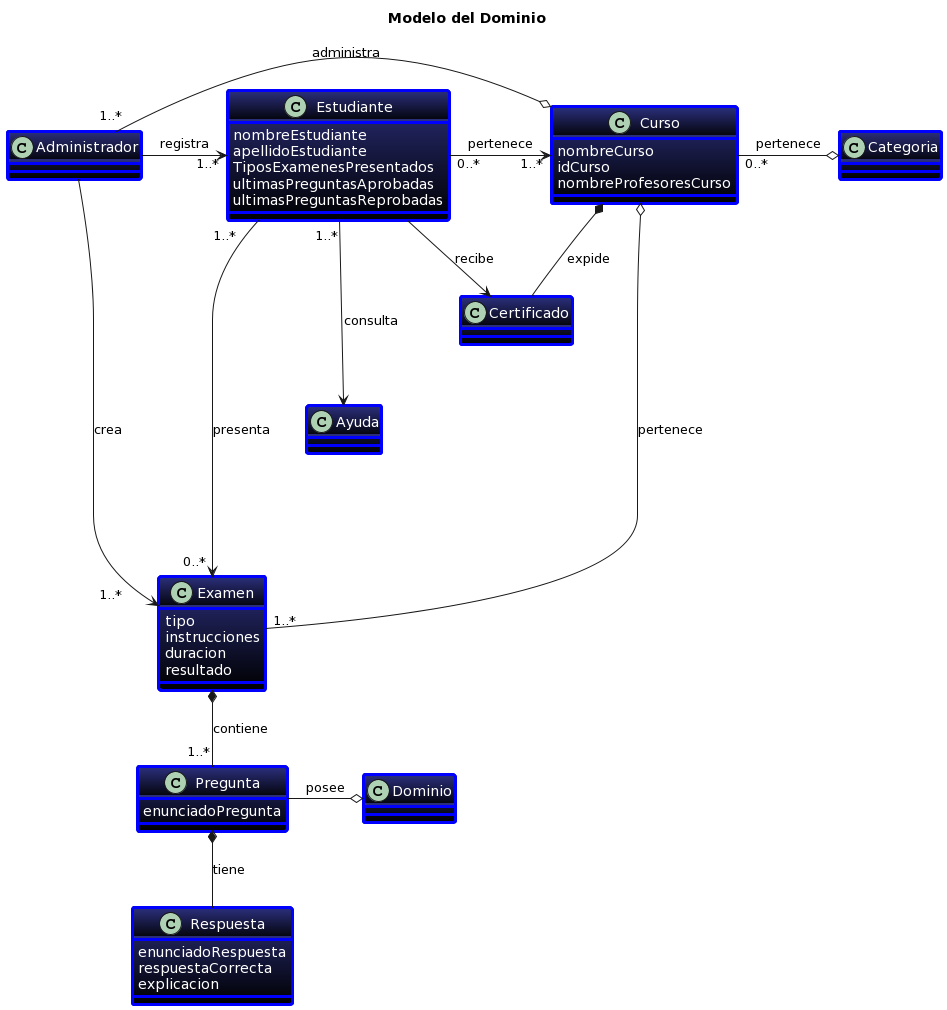
This is docs/scenariosView/diagramaClasesDominio/Diagrama de clases.png from febres35/EdTech_IS, a PlantUML export, as it was before one commit.
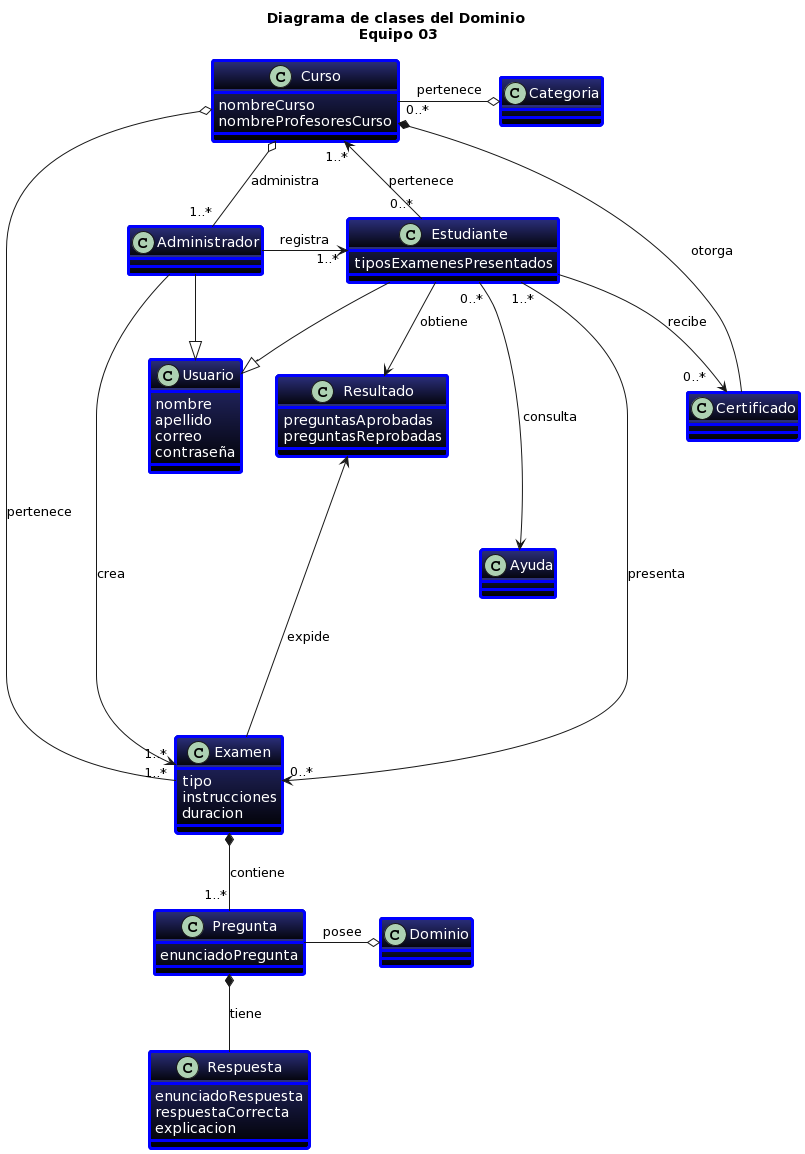
The same diagram one commit later.

Commit message:
Cambios Diagrama de clases del dominio Se agrego la clase Usuario Se agrego la clase resultado

What changed in the source:
```diff
@@ -1,5 +1,5 @@
 @startuml
-title "Modelo del Dominio"
+title "Diagrama de clases del Dominio\n Equipo 03"
 
 skinparam Class{
   BackgroundColor 2B2F7B-black
@@ -7,29 +7,36 @@
   BorderThickness 3
   BorderColor blue
 }
-class Administrador{
+class Usuario{
+  nombre
+  apellido
+  correo
+  contraseña
 }
+class Administrador
+
 class Estudiante{
-  nombreEstudiante
-  apellidoEstudiante
-  TiposExamenesPresentados
-  ultimasPreguntasAprobadas
-  ultimasPreguntasReprobadas
+  tiposExamenesPresentados
 }
 
 class Ayuda
 
 class Curso{
   nombreCurso
-  idCurso
   nombreProfesoresCurso
 }
+class Categoria
+
 class Examen{
   tipo
   instrucciones
   duracion
-  resultado
 }
+class Resultado{
+  preguntasAprobadas
+  preguntasReprobadas
+}
+
 class Pregunta{
   enunciadoPregunta
 }
@@ -44,20 +51,25 @@
 class Certificado{
 }
 
-Administrador -right-> "1..*       "Examen: crea
+Usuario <|-left- Administrador
+Usuario <|-up- Estudiante
+
+Administrador --> "1..*"Examen: crea
 Administrador -right-> "     1..*"Estudiante: registra
-Administrador "    1..*"-right-o Curso: administra
+Administrador "    1..*"-up-o Curso: administra
 
 Estudiante "0..*"-right->"    1..*"Curso: pertenece
-Estudiante "1..*   "-right-> "0..* "Examen: presenta
-Estudiante --> Certificado: recibe
-Estudiante "1..*"---> Ayuda: consulta
+Estudiante "1..*"-right-> "0..* "Examen: presenta
+Estudiante --> "0..*   "Certificado: recibe
+Estudiante "0..*"---> Ayuda: consulta
+Estudiante --> Resultado: "obtiene     "
 
 Examen *-down- "1..*"Pregunta: contiene
+Examen -up---> Resultado: expide
 Pregunta *-down- Respuesta: tiene
 Pregunta -right-o Dominio: posee
 
 Curso "0..*" -right-o Categoria: pertenece
 Curso o----- "1..*"Examen: pertenece
-Curso *- Certificado: expide
+Curso *- Certificado: otorga
 @enduml
```
